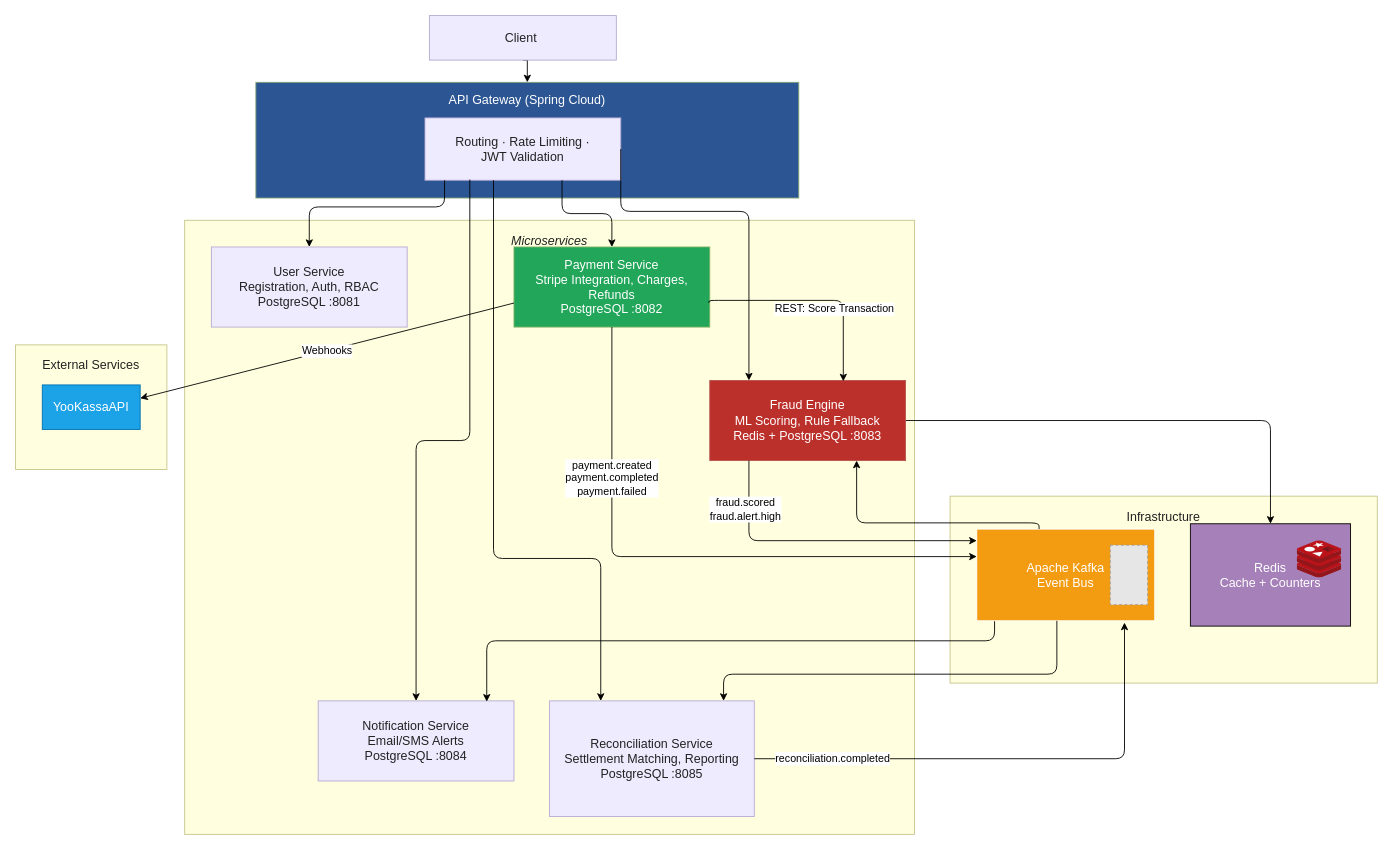
The draw.io diagram payment_architecture.drawio in nibavs/payment_processing_platform, before the edit. Source tidied: cells renumbered, new cells numbered last; positions are measured from the earlier drawing's top-left corner, leaving out a move shared by most shapes. Both pictures are drawn from the tidied source at 89%, with x=0, y=0 at pixel (15, 15). Pictures stored in the file or linked from it are replaced by grey dashed boxes.
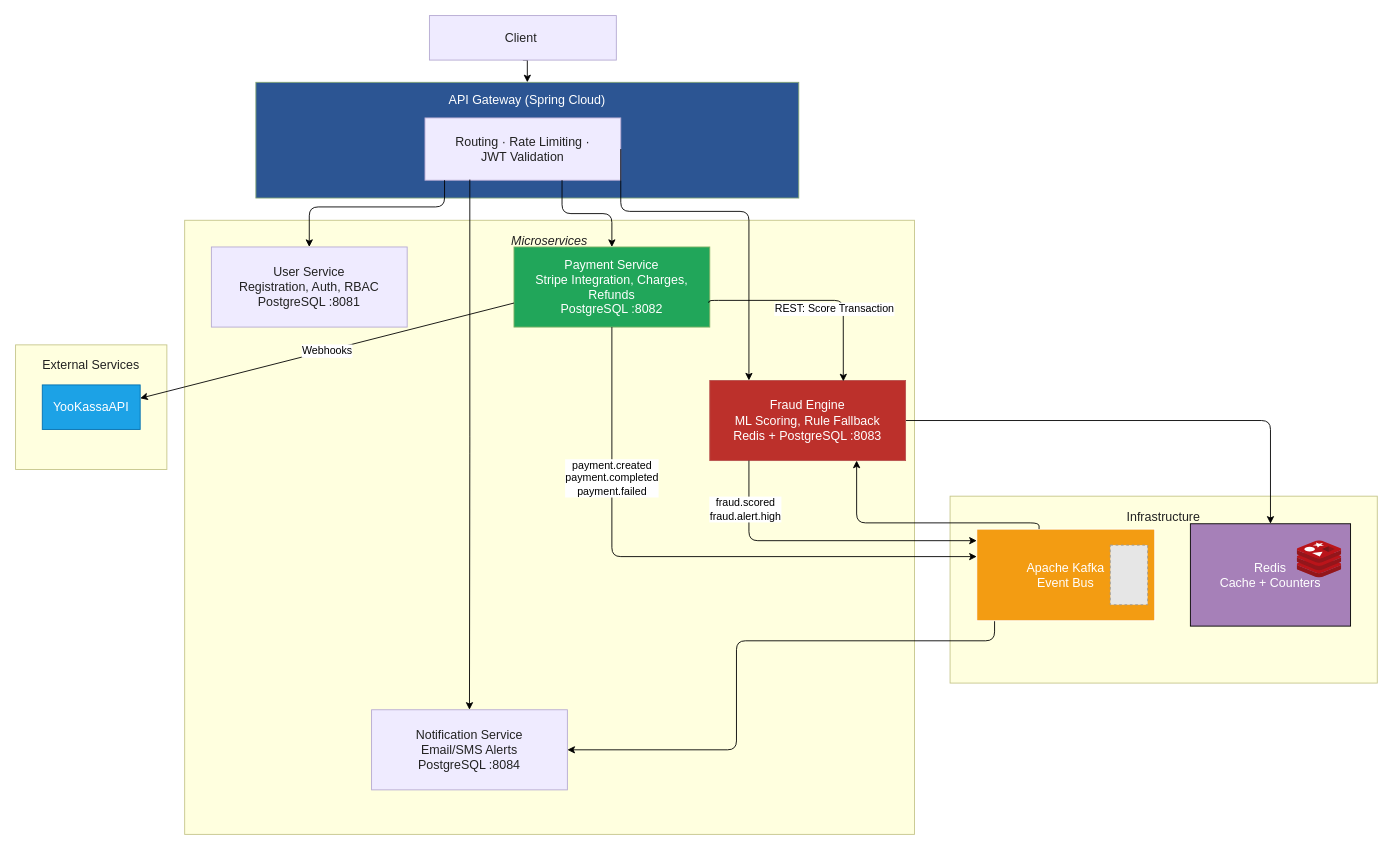
Above is the later version.

The change refers to these unchanged cells:
```xml
<mxCell id="8" value="Routing · Rate Limiting ·&lt;br&gt;JWT Validation" style="rounded=0;whiteSpace=wrap;html=1;fillColor=#EFEBFF;strokeColor=#B5A9D2;fontColor=#222222;fontSize=14;" parent="1" vertex="1">
  <mxGeometry x="460" y="115" width="220" height="70" as="geometry" />
</mxCell>
<mxCell id="17" value="Apache Kafka&lt;br&gt;Event Bus" style="rounded=0;whiteSpace=wrap;html=1;fillColor=#F39C12;strokeColor=#FFFFFF;fontColor=#FFFFFF;fontSize=14;" parent="1" vertex="1">
  <mxGeometry x="1080" y="577" width="200" height="103" as="geometry" />
</mxCell>
```

Diff of the diagram source:
```diff
@@
     <mxCell id="13" value="Notification Service&lt;br&gt;Email/SMS Alerts&lt;br&gt;PostgreSQL :8084" style="rounded=0;whiteSpace=wrap;html=1;fillColor=#EFEBFF;strokeColor=#B5A9D2;fontColor=#222222;fontSize=14;" parent="1" vertex="1">
-      <mxGeometry x="340" y="770" width="220" height="90" as="geometry" />
+      <mxGeometry x="400" y="780" width="220" height="90" as="geometry" />
     </mxCell>
-    <mxCell id="14" value="Reconciliation Service&lt;br&gt;Settlement Matching, Reporting&lt;br&gt;PostgreSQL :8085" style="rounded=0;whiteSpace=wrap;html=1;fillColor=#EFEBFF;strokeColor=#B5A9D2;fontColor=#222222;fontSize=14;" parent="1" vertex="1">
-      <mxGeometry x="600" y="770" width="230" height="130" as="geometry" />
-    </mxCell>
@@
-    <mxCell id="16" style="edgeStyle=orthogonalEdgeStyle;rounded=1;jettySize=auto;html=1;entryX=0.861;entryY=0.01;entryDx=0;entryDy=0;curved=0;entryPerimeter=0;" parent="1" edge="1" source="17" target="13">
-      <mxGeometry x="-0.01" relative="1" as="geometry">
+    <mxCell id="16" style="edgeStyle=orthogonalEdgeStyle;rounded=1;jettySize=auto;html=1;curved=0;" parent="1" edge="1" source="17" target="13">
+      <mxGeometry x="-0.8" relative="1" as="geometry">
         <Array as="points">
           <mxPoint x="1100" y="702.5" />
-          <mxPoint x="529.4" y="702.5" />
+          <mxPoint x="810" y="702.5" />
+          <mxPoint x="810" y="825" />
         </Array>
       </mxGeometry>
     </mxCell>
@@
-    <mxCell id="22" style="edgeStyle=orthogonalEdgeStyle;rounded=1;jettySize=auto;html=1;endArrow=classic;endFill=1;strokeColor=#000000;fontSize=12;labelBackgroundColor=#FFFFFF;exitX=0.35;exitY=1;entryX=0.25;entryY=0;entryDx=0;entryDy=0;" parent="1" edge="1" source="8" target="14">
-      <mxGeometry x="-0.04" relative="1" as="geometry">
-        <Array as="points">
-          <mxPoint x="537" y="610" />
-          <mxPoint x="657.5" y="610" />
-        </Array>
-      </mxGeometry>
-    </mxCell>
@@
-    <mxCell id="28" style="edgeStyle=orthogonalEdgeStyle;rounded=1;jettySize=auto;html=1;endArrow=classic;endFill=1;strokeColor=#000000;fontSize=12;labelBackgroundColor=#FFFFFF;entryX=0.85;entryY=0;" parent="1" edge="1" source="17" target="14">
-      <mxGeometry x="0.15" relative="1" as="geometry">
-        <Array as="points">
-          <mxPoint x="1170" y="740" />
-          <mxPoint x="795.5" y="740" />
-        </Array>
-      </mxGeometry>
-    </mxCell>
-    <mxCell id="29" value="reconciliation.completed" style="edgeStyle=orthogonalEdgeStyle;rounded=1;jettySize=auto;html=1;endArrow=classic;endFill=1;strokeColor=#000000;fontSize=12;labelBackgroundColor=#FFFFFF;exitX=1;exitY=0.5;entryX=0.83;entryY=1.02;entryDx=0;entryDy=0;entryPerimeter=0;" parent="1" edge="1" source="14" target="17">
-      <mxGeometry x="-0.69" relative="1" as="geometry" />
-    </mxCell>
```
